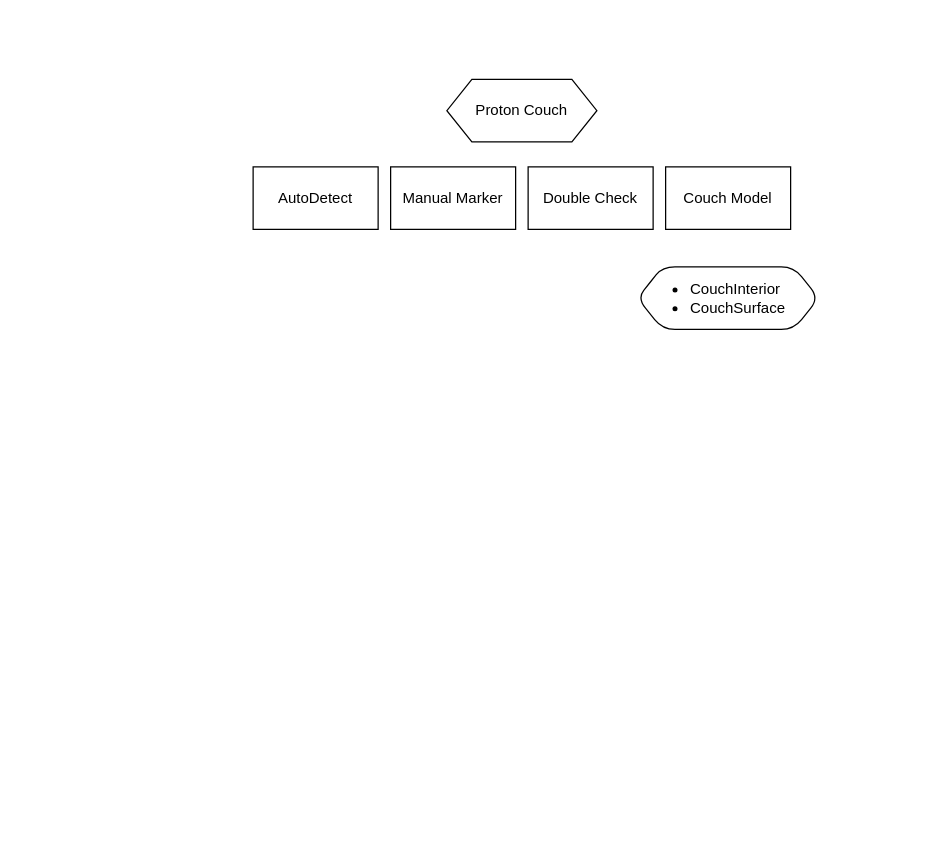
eatingwu1009/CouchInsert keeps this draw.io diagram as Proton&PhotonCouchProcess.drawio. Above is the earlier version. Source tidied: cells renumbered, new cells numbered last; positions are measured from the earlier drawing's top-left corner, leaving out a move shared by most shapes. Both pictures are drawn from the tidied source at 125%, with x=0, y=0 at pixel (252, 79).
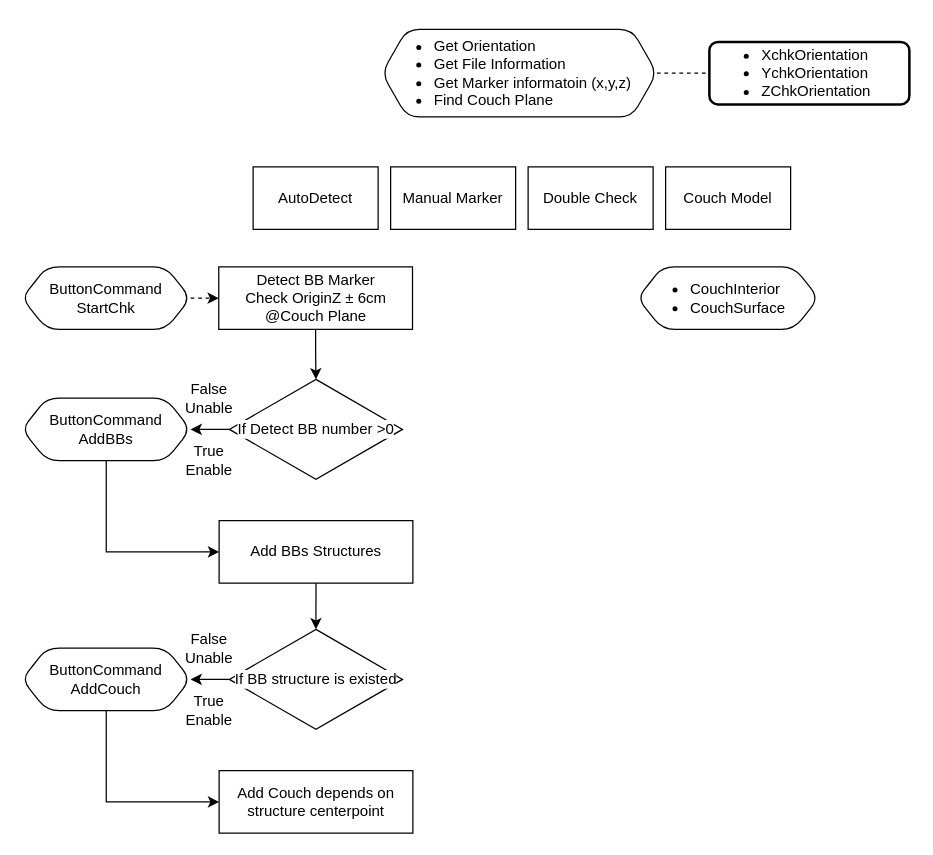
After the change.

What changed in the source:
```diff
@@
+    <mxCell id="8" style="edgeStyle=orthogonalEdgeStyle;rounded=0;jettySize=auto;html=1;exitX=1;exitY=0.5;exitDx=0;exitDy=0;endArrow=none;endFill=0;dashed=1;" parent="1" edge="1" source="2">
+      <mxGeometry relative="1" as="geometry">
+        <mxPoint x="365" y="-5" as="targetPoint" />
+      </mxGeometry>
+    </mxCell>
-    <mxCell id="2" value="Proton Couch" style="shape=hexagon;perimeter=hexagonPerimeter2;whiteSpace=wrap;html=1;fixedSize=1;rounded=0;" parent="1" vertex="1">
-      <mxGeometry x="155" width="120" height="50" as="geometry" />
+    <mxCell id="2" value="&lt;ul&gt;&lt;li&gt;Get Orientation&lt;/li&gt;&lt;li style=&quot;border-color: var(--border-color);&quot;&gt;Get File Information&lt;/li&gt;&lt;li style=&quot;border-color: var(--border-color);&quot;&gt;Get Marker informatoin (x,y,z)&lt;/li&gt;&lt;li&gt;Find Couch Plane&lt;/li&gt;&lt;/ul&gt;" style="shape=hexagon;perimeter=hexagonPerimeter2;whiteSpace=wrap;html=1;fixedSize=1;rounded=1;align=left;" parent="1" vertex="1">
+      <mxGeometry x="103" y="-40" width="220" height="70" as="geometry" />
     </mxCell>
@@
+    <mxCell id="9" style="edgeStyle=orthogonalEdgeStyle;rounded=0;jettySize=auto;html=1;exitX=1;exitY=0.5;exitDx=0;exitDy=0;entryX=0;entryY=0.5;entryDx=0;entryDy=0;dashed=1;" parent="1" edge="1" source="10" target="13">
+      <mxGeometry relative="1" as="geometry" />
+    </mxCell>
+    <mxCell id="10" value="ButtonCommand&lt;br&gt;StartChk" style="shape=hexagon;perimeter=hexagonPerimeter2;whiteSpace=wrap;html=1;fixedSize=1;rounded=1;align=center;" parent="1" vertex="1">
+      <mxGeometry x="-185" y="150" width="135" height="50" as="geometry" />
+    </mxCell>
+    <mxCell id="11" value="&lt;ul&gt;&lt;li&gt;XchkOrientation&lt;/li&gt;&lt;li&gt;YchkOrientation&lt;/li&gt;&lt;li&gt;ZChkOrientation&lt;/li&gt;&lt;/ul&gt;" style="rounded=1;whiteSpace=wrap;html=1;absoluteArcSize=1;arcSize=14;strokeWidth=2;align=left;" parent="1" vertex="1">
+      <mxGeometry x="365" y="-30" width="160" height="50" as="geometry" />
+    </mxCell>
+    <mxCell id="12" style="edgeStyle=orthogonalEdgeStyle;rounded=0;jettySize=auto;html=1;exitX=0.5;exitY=1;exitDx=0;exitDy=0;entryX=0.5;entryY=0;entryDx=0;entryDy=0;entryPerimeter=0;" parent="1" edge="1" source="13" target="17">
+      <mxGeometry relative="1" as="geometry" />
+    </mxCell>
+    <mxCell id="13" value="Detect BB Marker&lt;br&gt;Check OriginZ&amp;nbsp;± 6cm &lt;br&gt;@Couch Plane" style="rounded=0;whiteSpace=wrap;html=1;" parent="1" vertex="1">
+      <mxGeometry x="-27.5" y="150" width="155" height="50" as="geometry" />
+    </mxCell>
+    <mxCell id="14" style="edgeStyle=orthogonalEdgeStyle;rounded=0;jettySize=auto;html=1;exitX=0.5;exitY=1;exitDx=0;exitDy=0;entryX=0.5;entryY=0;entryDx=0;entryDy=0;entryPerimeter=0;" parent="1" edge="1" source="15" target="24">
+      <mxGeometry relative="1" as="geometry" />
+    </mxCell>
+    <mxCell id="15" value="Add BBs Structures" style="rounded=0;whiteSpace=wrap;html=1;" parent="1" vertex="1">
+      <mxGeometry x="-27.2" y="353" width="155" height="50" as="geometry" />
+    </mxCell>
+    <mxCell id="16" style="edgeStyle=orthogonalEdgeStyle;rounded=0;jettySize=auto;html=1;exitX=0;exitY=0.5;exitDx=0;exitDy=0;exitPerimeter=0;entryX=1;entryY=0.5;entryDx=0;entryDy=0;" parent="1" edge="1" source="17" target="19">
+      <mxGeometry relative="1" as="geometry" />
+    </mxCell>
+    <mxCell id="17" value="If Detect BB number &amp;gt;0" style="strokeWidth=1;html=1;shape=mxgraph.flowchart.decision;whiteSpace=wrap;labelBackgroundColor=#FFFFFF;" parent="1" vertex="1">
+      <mxGeometry x="-19" y="240" width="138.5" height="80" as="geometry" />
+    </mxCell>
+    <mxCell id="18" style="edgeStyle=orthogonalEdgeStyle;rounded=0;jettySize=auto;html=1;exitX=0.5;exitY=1;exitDx=0;exitDy=0;entryX=0;entryY=0.5;entryDx=0;entryDy=0;" parent="1" edge="1" source="19" target="15">
+      <mxGeometry relative="1" as="geometry" />
+    </mxCell>
+    <mxCell id="19" value="ButtonCommand&lt;br&gt;AddBBs" style="shape=hexagon;perimeter=hexagonPerimeter2;whiteSpace=wrap;html=1;fixedSize=1;rounded=1;align=center;" parent="1" vertex="1">
+      <mxGeometry x="-185" y="255" width="135" height="50" as="geometry" />
+    </mxCell>
+    <mxCell id="20" value="False&lt;br&gt;Unable" style="text;html=1;strokeColor=none;fillColor=none;align=center;verticalAlign=middle;whiteSpace=wrap;rounded=0;" parent="1" vertex="1">
+      <mxGeometry x="-65" y="240" width="60" height="30" as="geometry" />
+    </mxCell>
+    <mxCell id="21" value="True&lt;br&gt;Enable" style="text;html=1;strokeColor=none;fillColor=none;align=center;verticalAlign=middle;whiteSpace=wrap;rounded=0;" parent="1" vertex="1">
+      <mxGeometry x="-65" y="290" width="60" height="30" as="geometry" />
+    </mxCell>
+    <mxCell id="22" value="Add Couch depends on&lt;br&gt;structure centerpoint" style="rounded=0;whiteSpace=wrap;html=1;" parent="1" vertex="1">
+      <mxGeometry x="-27.2" y="553" width="155" height="50" as="geometry" />
+    </mxCell>
+    <mxCell id="23" style="edgeStyle=orthogonalEdgeStyle;rounded=0;jettySize=auto;html=1;exitX=0;exitY=0.5;exitDx=0;exitDy=0;exitPerimeter=0;entryX=1;entryY=0.5;entryDx=0;entryDy=0;" parent="1" edge="1" source="24" target="26">
+      <mxGeometry relative="1" as="geometry" />
+    </mxCell>
+    <mxCell id="24" value="If BB structure is existed" style="strokeWidth=1;html=1;shape=mxgraph.flowchart.decision;whiteSpace=wrap;labelBackgroundColor=#FFFFFF;" parent="1" vertex="1">
+      <mxGeometry x="-19" y="440" width="138.5" height="80" as="geometry" />
+    </mxCell>
+    <mxCell id="25" style="edgeStyle=orthogonalEdgeStyle;rounded=0;jettySize=auto;html=1;exitX=0.5;exitY=1;exitDx=0;exitDy=0;entryX=0;entryY=0.5;entryDx=0;entryDy=0;" parent="1" edge="1" source="26" target="22">
+      <mxGeometry relative="1" as="geometry" />
+    </mxCell>
+    <mxCell id="26" value="ButtonCommand&lt;br&gt;AddCouch" style="shape=hexagon;perimeter=hexagonPerimeter2;whiteSpace=wrap;html=1;fixedSize=1;rounded=1;align=center;" parent="1" vertex="1">
+      <mxGeometry x="-185" y="455" width="135" height="50" as="geometry" />
+    </mxCell>
+    <mxCell id="27" value="False&lt;br&gt;Unable" style="text;html=1;strokeColor=none;fillColor=none;align=center;verticalAlign=middle;whiteSpace=wrap;rounded=0;" parent="1" vertex="1">
+      <mxGeometry x="-65" y="440" width="60" height="30" as="geometry" />
+    </mxCell>
+    <mxCell id="28" value="True&lt;br&gt;Enable" style="text;html=1;strokeColor=none;fillColor=none;align=center;verticalAlign=middle;whiteSpace=wrap;rounded=0;" parent="1" vertex="1">
+      <mxGeometry x="-65" y="490" width="60" height="30" as="geometry" />
+    </mxCell>
```
